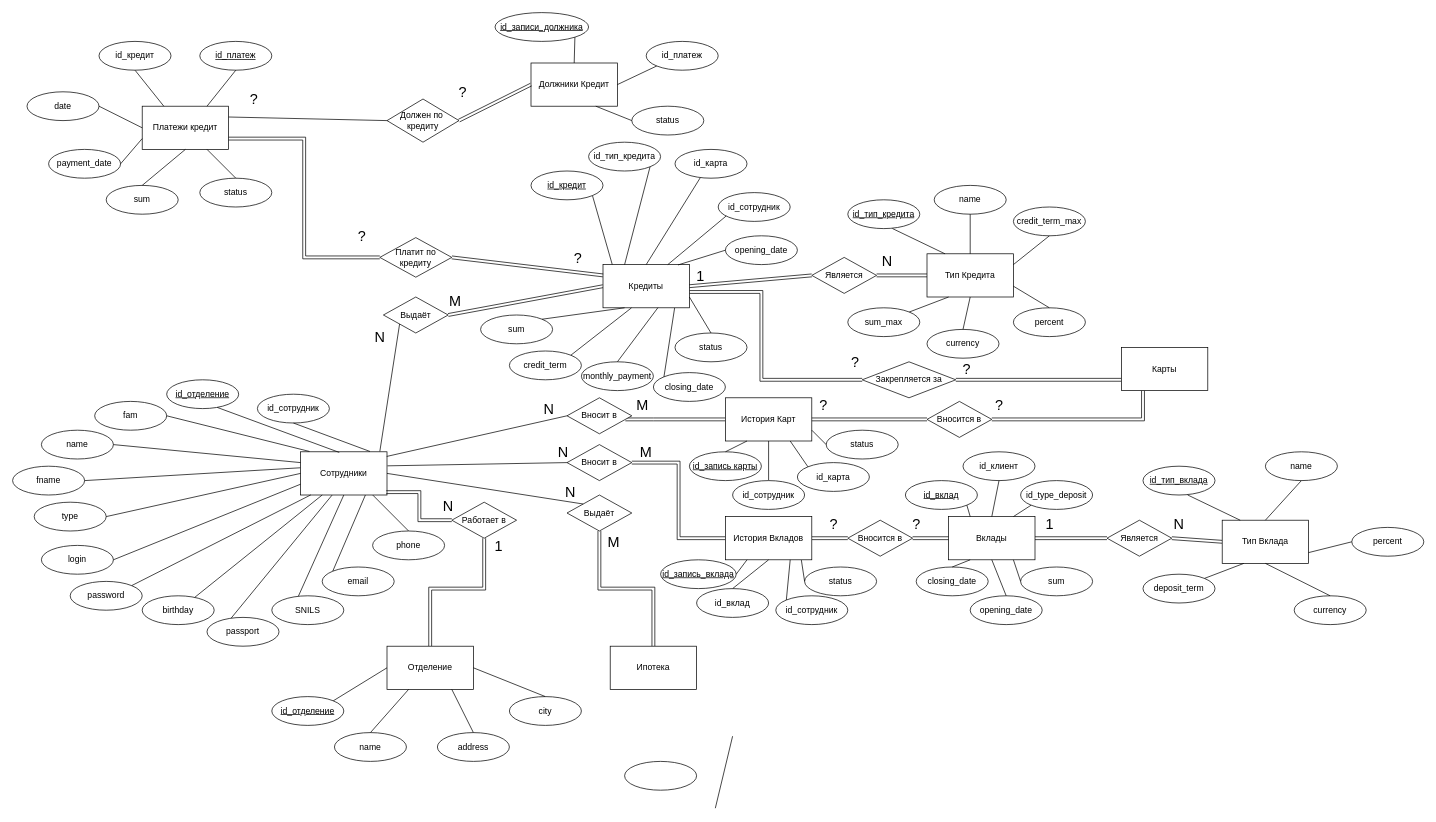
Before: Концептуальная схема базы данных.drawio in tssergeev/lflflflf, a draw.io diagram. Source tidied: cells renumbered, new cells numbered last; positions are measured from the earlier drawing's top-left corner, leaving out a move shared by most shapes. Both pictures are drawn from the tidied source at 72%, with x=0, y=0 at pixel (12, 12).
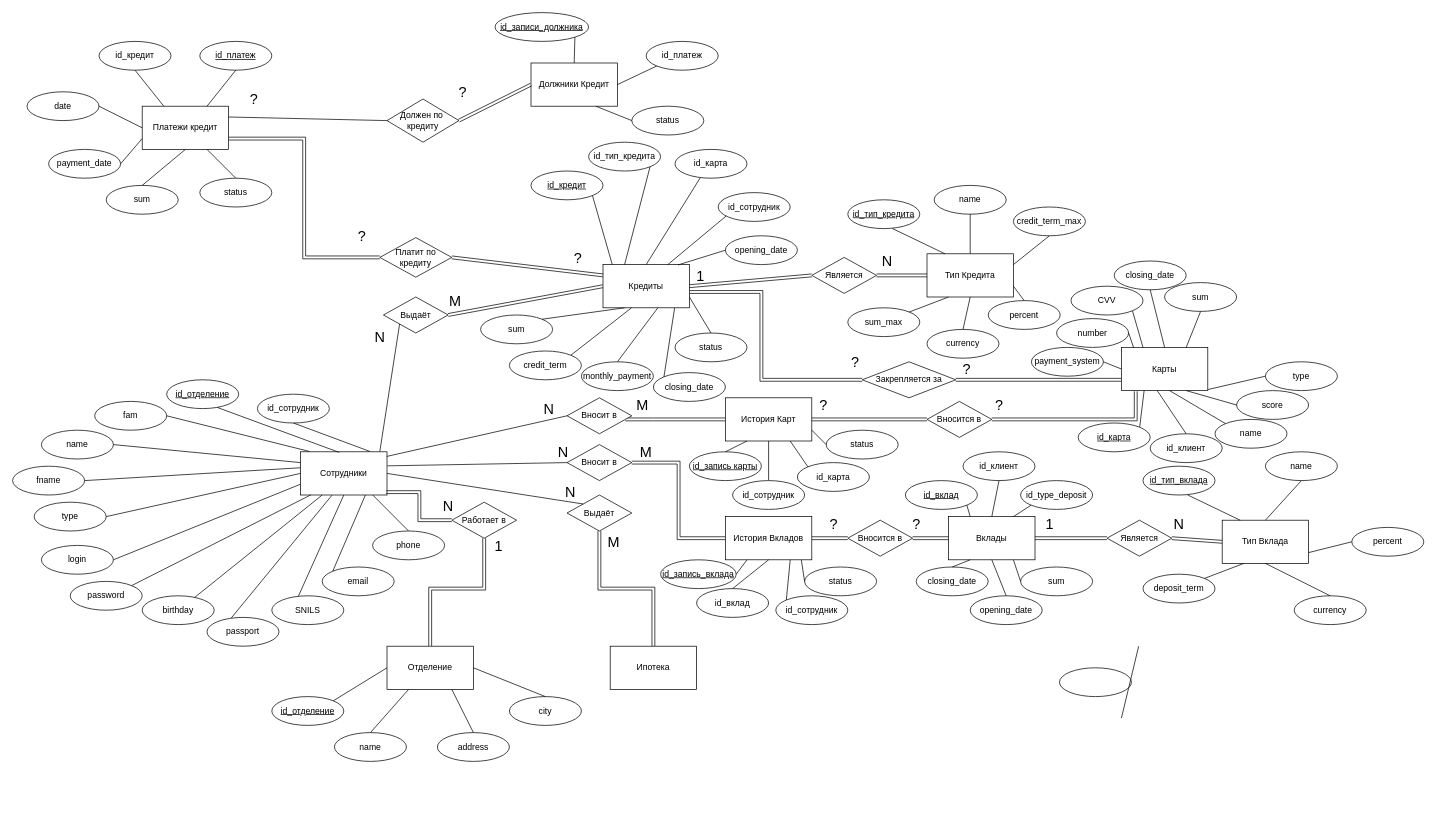
The same page after the edit.

Unchanged cells that the change refers to:
```xml
<mxCell id="189" value="Вносится в" style="rhombus;whiteSpace=wrap;html=1;" parent="1" vertex="1">
  <mxGeometry x="1270" y="540" width="90" height="50" as="geometry" />
</mxCell>
<mxCell id="193" value="Карты" style="rounded=0;whiteSpace=wrap;html=1;" parent="1" vertex="1">
  <mxGeometry x="1540" y="465" width="120" height="60" as="geometry" />
</mxCell>
```

The edit, as a diff of the source:
```diff
@@
     <mxCell id="5" style="ellipse;whiteSpace=wrap;html=1;" parent="1" vertex="1">
-      <mxGeometry x="850" y="1040" width="100" height="40" as="geometry" />
+      <mxGeometry x="1454" y="910" width="100" height="40" as="geometry" />
     </mxCell>
@@
     <mxCell id="79" value="percent" style="ellipse;whiteSpace=wrap;html=1;" parent="1" vertex="1">
-      <mxGeometry x="1390" y="410" width="100" height="40" as="geometry" />
+      <mxGeometry x="1355" y="400" width="100" height="40" as="geometry" />
     </mxCell>
@@
     <mxCell id="145" style="endArrow=none;html=1;rounded=0;entryX=1;entryY=0.5;entryDx=0;entryDy=0;" parent="1" edge="1">
       <mxGeometry relative="1" as="geometry">
-        <mxPoint x="976" y="1105" as="sourcePoint" />
-        <mxPoint x="1000" y="1005" as="targetPoint" />
+        <mxPoint x="1540" y="980" as="sourcePoint" />
+        <mxPoint x="1564" y="880" as="targetPoint" />
       </mxGeometry>
     </mxCell>
@@
-    <mxCell id="188" style="edgeStyle=orthogonalEdgeStyle;rounded=0;jettySize=auto;html=1;exitX=1;exitY=0.5;exitDx=0;exitDy=0;entryX=0.25;entryY=1;entryDx=0;entryDy=0;shape=link;" parent="1" edge="1" source="189" target="193">
-      <mxGeometry relative="1" as="geometry" />
+    <mxCell id="188" style="edgeStyle=orthogonalEdgeStyle;rounded=0;jettySize=auto;html=1;exitX=1;exitY=0.5;exitDx=0;exitDy=0;entryX=0.166;entryY=1.016;entryDx=0;entryDy=0;shape=link;entryPerimeter=0;" parent="1" edge="1" source="189" target="193">
+      <mxGeometry relative="1" as="geometry">
+        <Array as="points">
+          <mxPoint x="1560" y="565" />
+          <mxPoint x="1560" y="525" />
+        </Array>
+      </mxGeometry>
     </mxCell>
@@
+    <mxCell id="198" value="payment_system" style="ellipse;whiteSpace=wrap;html=1;" parent="1" vertex="1">
+      <mxGeometry x="1415" y="465" width="100" height="40" as="geometry" />
+    </mxCell>
+    <mxCell id="199" value="sum" style="ellipse;whiteSpace=wrap;html=1;" parent="1" vertex="1">
+      <mxGeometry x="1600" y="375" width="100" height="40" as="geometry" />
+    </mxCell>
+    <mxCell id="200" value="closing_date" style="ellipse;whiteSpace=wrap;html=1;" parent="1" vertex="1">
+      <mxGeometry x="1530" y="345" width="100" height="40" as="geometry" />
+    </mxCell>
+    <mxCell id="201" value="number" style="ellipse;whiteSpace=wrap;html=1;" parent="1" vertex="1">
+      <mxGeometry x="1450" y="425" width="100" height="40" as="geometry" />
+    </mxCell>
+    <mxCell id="202" value="CVV" style="ellipse;whiteSpace=wrap;html=1;" parent="1" vertex="1">
+      <mxGeometry x="1470" y="380" width="100" height="40" as="geometry" />
+    </mxCell>
+    <mxCell id="203" value="type" style="ellipse;whiteSpace=wrap;html=1;" parent="1" vertex="1">
+      <mxGeometry x="1740" y="485" width="100" height="40" as="geometry" />
+    </mxCell>
+    <mxCell id="204" value="score" style="ellipse;whiteSpace=wrap;html=1;" parent="1" vertex="1">
+      <mxGeometry x="1700" y="525" width="100" height="40" as="geometry" />
+    </mxCell>
+    <mxCell id="205" value="name" style="ellipse;whiteSpace=wrap;html=1;" parent="1" vertex="1">
+      <mxGeometry x="1670" y="565" width="100" height="40" as="geometry" />
+    </mxCell>
+    <mxCell id="206" value="id_клиент" style="ellipse;whiteSpace=wrap;html=1;" parent="1" vertex="1">
+      <mxGeometry x="1580" y="585" width="100" height="40" as="geometry" />
+    </mxCell>
+    <mxCell id="207" style="rounded=0;jettySize=auto;html=1;exitX=1;exitY=0;exitDx=0;exitDy=0;endArrow=none;endFill=0;entryX=0.263;entryY=1;entryDx=0;entryDy=0;entryPerimeter=0;" parent="1" edge="1" source="208" target="193">
+      <mxGeometry relative="1" as="geometry" />
+    </mxCell>
+    <mxCell id="208" value="id_карта" style="ellipse;whiteSpace=wrap;html=1;fontStyle=4;" parent="1" vertex="1">
+      <mxGeometry x="1480" y="570" width="100" height="40" as="geometry" />
+    </mxCell>
+    <mxCell id="209" style="endArrow=none;html=1;rounded=0;entryX=0;entryY=0.5;entryDx=0;entryDy=0;exitX=1;exitY=0.5;exitDx=0;exitDy=0;" parent="1" edge="1" source="198" target="193">
+      <mxGeometry relative="1" as="geometry" />
+    </mxCell>
+    <mxCell id="210" style="endArrow=none;html=1;rounded=0;exitX=1;exitY=0.5;exitDx=0;exitDy=0;entryX=0.142;entryY=0.006;entryDx=0;entryDy=0;entryPerimeter=0;" parent="1" edge="1" source="201" target="193">
+      <mxGeometry relative="1" as="geometry" />
+    </mxCell>
+    <mxCell id="211" style="endArrow=none;html=1;rounded=0;entryX=0.25;entryY=0;entryDx=0;entryDy=0;exitX=1;exitY=1;exitDx=0;exitDy=0;" parent="1" edge="1" source="202" target="193">
+      <mxGeometry relative="1" as="geometry" />
+    </mxCell>
+    <mxCell id="212" style="endArrow=none;html=1;rounded=0;entryX=0.5;entryY=0;entryDx=0;entryDy=0;exitX=0.5;exitY=1;exitDx=0;exitDy=0;" parent="1" edge="1" source="200" target="193">
+      <mxGeometry relative="1" as="geometry" />
+    </mxCell>
+    <mxCell id="213" style="endArrow=none;html=1;rounded=0;entryX=0.75;entryY=0;entryDx=0;entryDy=0;exitX=0.5;exitY=1;exitDx=0;exitDy=0;" parent="1" edge="1" source="199" target="193">
+      <mxGeometry relative="1" as="geometry" />
+    </mxCell>
+    <mxCell id="214" style="endArrow=none;html=1;rounded=0;entryX=1;entryY=0.976;entryDx=0;entryDy=0;exitX=0;exitY=0.5;exitDx=0;exitDy=0;entryPerimeter=0;" parent="1" edge="1" source="203" target="193">
+      <mxGeometry relative="1" as="geometry" />
+    </mxCell>
+    <mxCell id="215" style="endArrow=none;html=1;rounded=0;entryX=0.75;entryY=1;entryDx=0;entryDy=0;exitX=0;exitY=0.5;exitDx=0;exitDy=0;" parent="1" edge="1" source="204" target="193">
+      <mxGeometry relative="1" as="geometry" />
+    </mxCell>
+    <mxCell id="216" style="endArrow=none;html=1;rounded=0;exitX=0;exitY=0;exitDx=0;exitDy=0;entryX=0.558;entryY=1.001;entryDx=0;entryDy=0;entryPerimeter=0;" parent="1" edge="1" source="205" target="193">
+      <mxGeometry relative="1" as="geometry" />
+    </mxCell>
+    <mxCell id="217" style="endArrow=none;html=1;rounded=0;entryX=0.414;entryY=0.999;entryDx=0;entryDy=0;exitX=0.5;exitY=0;exitDx=0;exitDy=0;entryPerimeter=0;" parent="1" edge="1" source="206" target="193">
+      <mxGeometry relative="1" as="geometry" />
+    </mxCell>
```
